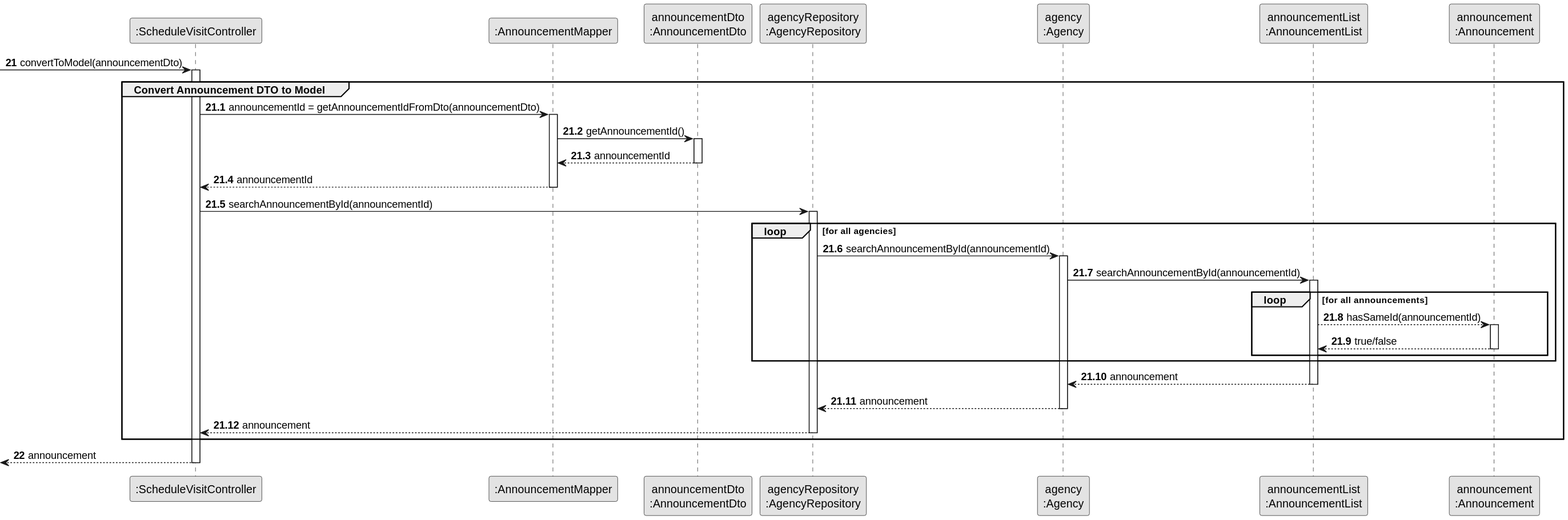
Earlier version of the PlantUML export docs/sprintC/us009/03.design/svg/us009-sequence-diagram-partial-convert-announcement-DTO-to-Model.svg (rita-barbosa/LAPR2-2223). The source it was exported from:
```plantuml
@startuml
skinparam monochrome true
skinparam packageStyle rectangle
skinparam shadowing false


participant ":ScheduleVisitController" as CTRL
participant ":AnnouncementMapper" as MAPPER
participant "announcementDto\n:AnnouncementDto" as ANCDTO
participant "agencyRepository\n:AgencyRepository" as AgencyRepository
participant "agency\n:Agency" as AGC
participant "announcementList\n:AnnouncementList" as LISTCLASS
participant "announcement\n:Announcement" as ANNOUNCE


autonumber 21

 -> CTRL : convertToModel(announcementDto)

activate CTRL

    autonumber 21.1

    group Convert Announcement DTO to Model

        CTRL -> MAPPER : announcementId = getAnnouncementIdFromDto(announcementDto)
        activate MAPPER

        MAPPER -> ANCDTO : getAnnouncementId()
        activate ANCDTO

            ANCDTO --> MAPPER : announcementId
        deactivate ANCDTO

            MAPPER --> CTRL : announcementId
        deactivate MAPPER

        CTRL -> AgencyRepository : searchAnnouncementById(announcementId)
        activate AgencyRepository

        loop for all agencies

            AgencyRepository -> AGC : searchAnnouncementById(announcementId)
            activate AGC

                AGC -> LISTCLASS : searchAnnouncementById(announcementId)

                loop for all announcements

                    activate LISTCLASS

                    LISTCLASS --> ANNOUNCE : hasSameId(announcementId)

                    activate ANNOUNCE

                        ANNOUNCE --> LISTCLASS : true/false
                    deactivate ANNOUNCE

                end loop

        end loop

            LISTCLASS --> AGC : announcement
        deactivate LISTCLASS

            AGC --> AgencyRepository : announcement
        deactivate AGC

            AgencyRepository --> CTRL : announcement
        deactivate AgencyRepository

    end group

    autonumber 22

    <-- CTRL  : announcement
deactivate CTRL
@enduml
```
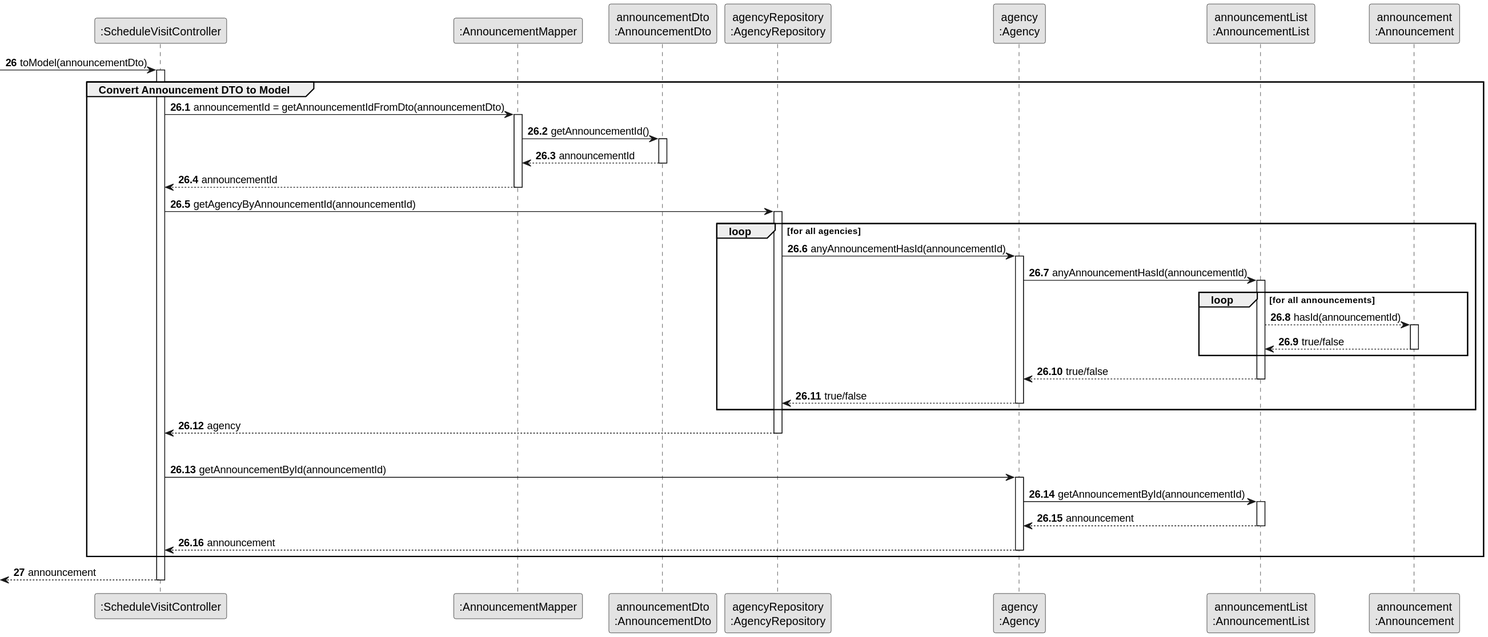
The same diagram one commit later.

Change to the diagram source:
```diff
@@ -13,13 +13,13 @@
 participant "announcement\n:Announcement" as ANNOUNCE
 
 
-autonumber 21
+autonumber 26
 
- -> CTRL : convertToModel(announcementDto)
+ -> CTRL : toModel(announcementDto)
 
 activate CTRL
 
-    autonumber 21.1
+    autonumber 26.1
 
     group Convert Announcement DTO to Model
 
@@ -35,43 +35,58 @@
             MAPPER --> CTRL : announcementId
         deactivate MAPPER
 
-        CTRL -> AgencyRepository : searchAnnouncementById(announcementId)
-        activate AgencyRepository
 
-        loop for all agencies
+        CTRL -> AgencyRepository : getAgencyByAnnouncementId(announcementId)
+         activate AgencyRepository
 
-            AgencyRepository -> AGC : searchAnnouncementById(announcementId)
-            activate AGC
+            loop for all agencies
 
-                AGC -> LISTCLASS : searchAnnouncementById(announcementId)
+                AgencyRepository -> AGC : anyAnnouncementHasId(announcementId)
+                activate AGC
 
-                loop for all announcements
+                    AGC -> LISTCLASS : anyAnnouncementHasId(announcementId)
 
-                    activate LISTCLASS
+                    loop for all announcements
 
-                    LISTCLASS --> ANNOUNCE : hasSameId(announcementId)
+                        activate LISTCLASS
 
-                    activate ANNOUNCE
+                        LISTCLASS --> ANNOUNCE : hasId(announcementId)
 
-                        ANNOUNCE --> LISTCLASS : true/false
-                    deactivate ANNOUNCE
+                        activate ANNOUNCE
 
-                end loop
+                            ANNOUNCE --> LISTCLASS : true/false
+                        deactivate ANNOUNCE
+
+                    end loop
+
+                LISTCLASS --> AGC : true/false
+                deactivate LISTCLASS
+
+            AGC --> AgencyRepository : true/false
+            deactivate AGC
 
         end loop
+
+        AgencyRepository --> CTRL : agency
+        deactivate AgencyRepository
+|||
+
+        CTRL -> AGC : getAnnouncementById(announcementId)
+        activate AGC
+
+        AGC -> LISTCLASS : getAnnouncementById(announcementId)
+        activate LISTCLASS
 
             LISTCLASS --> AGC : announcement
         deactivate LISTCLASS
 
-            AGC --> AgencyRepository : announcement
+            AGC --> CTRL : announcement
         deactivate AGC
 
-            AgencyRepository --> CTRL : announcement
-        deactivate AgencyRepository
 
     end group
 
-    autonumber 22
+    autonumber 27
 
     <-- CTRL  : announcement
 deactivate CTRL
```
